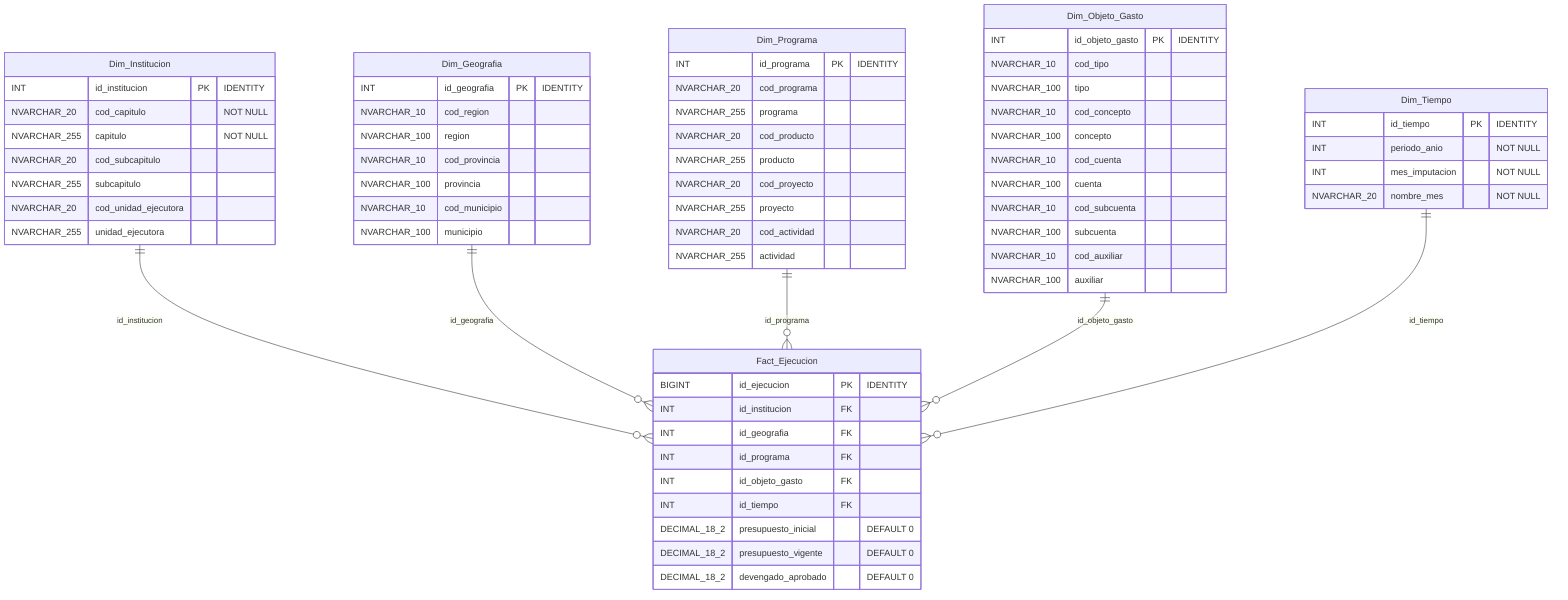
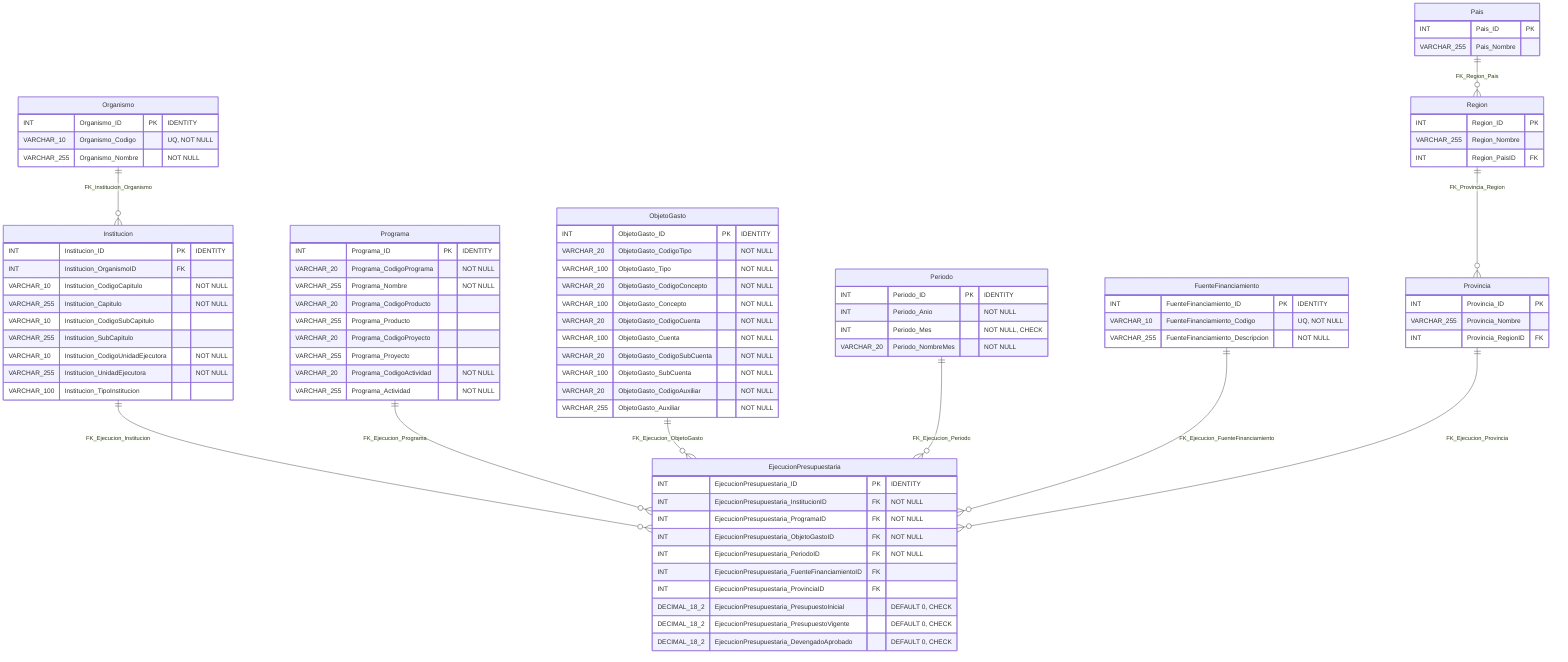
erDiagram
    %% Modelo Físico - Presupuesto Nacional RD (SQL Server)
    %% Autor: Lic. Manuel Mañana Santana

-     Dim_Institucion ||--o{ Fact_Ejecucion : "id_institucion"
-     Dim_Geografia ||--o{ Fact_Ejecucion : "id_geografia"
-     Dim_Programa ||--o{ Fact_Ejecucion : "id_programa"
-     Dim_Objeto_Gasto ||--o{ Fact_Ejecucion : "id_objeto_gasto"
-     Dim_Tiempo ||--o{ Fact_Ejecucion : "id_tiempo"
+     Organismo ||--o{ Institucion : "FK_Institucion_Organismo"
+     Institucion ||--o{ EjecucionPresupuestaria : "FK_Ejecucion_Institucion"
+     Programa ||--o{ EjecucionPresupuestaria : "FK_Ejecucion_Programa"
+     ObjetoGasto ||--o{ EjecucionPresupuestaria : "FK_Ejecucion_ObjetoGasto"
+     Periodo ||--o{ EjecucionPresupuestaria : "FK_Ejecucion_Periodo"
+     FuenteFinanciamiento ||--o{ EjecucionPresupuestaria : "FK_Ejecucion_FuenteFinanciamiento"
+     Pais ||--o{ Region : "FK_Region_Pais"
+     Region ||--o{ Provincia : "FK_Provincia_Region"
+     Provincia ||--o{ EjecucionPresupuestaria : "FK_Ejecucion_Provincia"

-     Dim_Institucion {
-         INT id_institucion PK "IDENTITY"
-         NVARCHAR_20 cod_capitulo "NOT NULL"
-         NVARCHAR_255 capitulo "NOT NULL"
-         NVARCHAR_20 cod_subcapitulo
-         NVARCHAR_255 subcapitulo
-         NVARCHAR_20 cod_unidad_ejecutora
-         NVARCHAR_255 unidad_ejecutora
+     Organismo {
+         INT Organismo_ID PK "IDENTITY"
+         VARCHAR_10 Organismo_Codigo "UQ, NOT NULL"
+         VARCHAR_255 Organismo_Nombre "NOT NULL"
    }

-     Dim_Geografia {
-         INT id_geografia PK "IDENTITY"
-         NVARCHAR_10 cod_region
-         NVARCHAR_100 region
-         NVARCHAR_10 cod_provincia
-         NVARCHAR_100 provincia
-         NVARCHAR_10 cod_municipio
-         NVARCHAR_100 municipio
+     Institucion {
+         INT Institucion_ID PK "IDENTITY"
+         INT Institucion_OrganismoID FK
+         VARCHAR_10 Institucion_CodigoCapitulo "NOT NULL"
+         VARCHAR_255 Institucion_Capitulo "NOT NULL"
+         VARCHAR_10 Institucion_CodigoSubCapitulo
+         VARCHAR_255 Institucion_SubCapitulo
+         VARCHAR_10 Institucion_CodigoUnidadEjecutora "NOT NULL"
+         VARCHAR_255 Institucion_UnidadEjecutora "NOT NULL"
+         VARCHAR_100 Institucion_TipoInstitucion
    }

-     Dim_Programa {
-         INT id_programa PK "IDENTITY"
-         NVARCHAR_20 cod_programa
-         NVARCHAR_255 programa
-         NVARCHAR_20 cod_producto
-         NVARCHAR_255 producto
-         NVARCHAR_20 cod_proyecto
-         NVARCHAR_255 proyecto
-         NVARCHAR_20 cod_actividad
-         NVARCHAR_255 actividad
+     Programa {
+         INT Programa_ID PK "IDENTITY"
+         VARCHAR_20 Programa_CodigoPrograma "NOT NULL"
+         VARCHAR_255 Programa_Nombre "NOT NULL"
+         VARCHAR_20 Programa_CodigoProducto
+         VARCHAR_255 Programa_Producto
+         VARCHAR_20 Programa_CodigoProyecto
+         VARCHAR_255 Programa_Proyecto
+         VARCHAR_20 Programa_CodigoActividad "NOT NULL"
+         VARCHAR_255 Programa_Actividad "NOT NULL"
    }

-     Dim_Objeto_Gasto {
-         INT id_objeto_gasto PK "IDENTITY"
-         NVARCHAR_10 cod_tipo
-         NVARCHAR_100 tipo
-         NVARCHAR_10 cod_concepto
-         NVARCHAR_100 concepto
-         NVARCHAR_10 cod_cuenta
-         NVARCHAR_100 cuenta
-         NVARCHAR_10 cod_subcuenta
-         NVARCHAR_100 subcuenta
-         NVARCHAR_10 cod_auxiliar
-         NVARCHAR_100 auxiliar
+     ObjetoGasto {
+         INT ObjetoGasto_ID PK "IDENTITY"
+         VARCHAR_20 ObjetoGasto_CodigoTipo "NOT NULL"
+         VARCHAR_100 ObjetoGasto_Tipo "NOT NULL"
+         VARCHAR_20 ObjetoGasto_CodigoConcepto "NOT NULL"
+         VARCHAR_100 ObjetoGasto_Concepto "NOT NULL"
+         VARCHAR_20 ObjetoGasto_CodigoCuenta "NOT NULL"
+         VARCHAR_100 ObjetoGasto_Cuenta "NOT NULL"
+         VARCHAR_20 ObjetoGasto_CodigoSubCuenta "NOT NULL"
+         VARCHAR_100 ObjetoGasto_SubCuenta "NOT NULL"
+         VARCHAR_20 ObjetoGasto_CodigoAuxiliar "NOT NULL"
+         VARCHAR_255 ObjetoGasto_Auxiliar "NOT NULL"
    }

-     Dim_Tiempo {
-         INT id_tiempo PK "IDENTITY"
-         INT periodo_anio "NOT NULL"
-         INT mes_imputacion "NOT NULL"
-         NVARCHAR_20 nombre_mes "NOT NULL"
+     Periodo {
+         INT Periodo_ID PK "IDENTITY"
+         INT Periodo_Anio "NOT NULL"
+         INT Periodo_Mes "NOT NULL, CHECK"
+         VARCHAR_20 Periodo_NombreMes "NOT NULL"
    }

-     Fact_Ejecucion {
-         BIGINT id_ejecucion PK "IDENTITY"
-         INT id_institucion FK
-         INT id_geografia FK
-         INT id_programa FK
-         INT id_objeto_gasto FK
-         INT id_tiempo FK
-         DECIMAL_18_2 presupuesto_inicial "DEFAULT 0"
-         DECIMAL_18_2 presupuesto_vigente "DEFAULT 0"
-         DECIMAL_18_2 devengado_aprobado "DEFAULT 0"
+     FuenteFinanciamiento {
+         INT FuenteFinanciamiento_ID PK "IDENTITY"
+         VARCHAR_10 FuenteFinanciamiento_Codigo "UQ, NOT NULL"
+         VARCHAR_255 FuenteFinanciamiento_Descripcion "NOT NULL"
    }
+ 
+     Pais {
+         INT Pais_ID PK
+         VARCHAR_255 Pais_Nombre
+     }
+ 
+     Region {
+         INT Region_ID PK
+         VARCHAR_255 Region_Nombre
+         INT Region_PaisID FK
+     }
+ 
+     Provincia {
+         INT Provincia_ID PK
+         VARCHAR_255 Provincia_Nombre
+         INT Provincia_RegionID FK
+     }
+ 
+     EjecucionPresupuestaria {
+         INT EjecucionPresupuestaria_ID PK "IDENTITY"
+         INT EjecucionPresupuestaria_InstitucionID FK "NOT NULL"
+         INT EjecucionPresupuestaria_ProgramaID FK "NOT NULL"
+         INT EjecucionPresupuestaria_ObjetoGastoID FK "NOT NULL"
+         INT EjecucionPresupuestaria_PeriodoID FK "NOT NULL"
+         INT EjecucionPresupuestaria_FuenteFinanciamientoID FK
+         INT EjecucionPresupuestaria_ProvinciaID FK
+         DECIMAL_18_2 EjecucionPresupuestaria_PresupuestoInicial "DEFAULT 0, CHECK"
+         DECIMAL_18_2 EjecucionPresupuestaria_PresupuestoVigente "DEFAULT 0, CHECK"
+         DECIMAL_18_2 EjecucionPresupuestaria_DevengadoAprobado "DEFAULT 0, CHECK"
+     }
